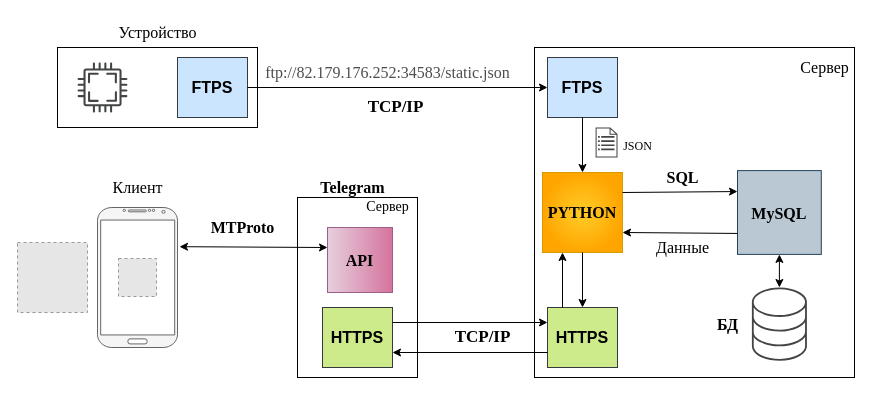
This is Untitled Diagram.drawio from ber09/Track, a draw.io file, before an edit. Source tidied: cells renumbered, new cells numbered last; positions are measured from the earlier drawing's top-left corner, leaving out a move shared by most shapes. Both pictures are drawn from the tidied source at 100%, with x=0, y=0 at pixel (17, 17). Pictures stored in the file or linked from it are replaced by grey dashed boxes.
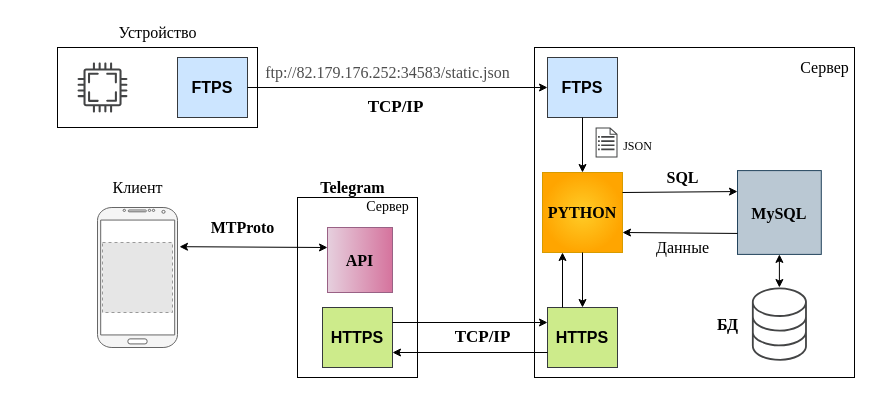
After the change.

Change to the diagram source:
```diff
@@
-    <mxCell id="36" style="fillColor=#E6E6E6;strokeColor=#999999;dashed=1;html=1;verticalAlign=top;verticalLabelPosition=bottom;labelBackgroundColor=#ffffff;fontFamily=Times New Roman;fontSize=16;fontColor=none;" parent="1" vertex="1">
-      <mxGeometry x="101" y="241" width="38" height="38" as="geometry" />
-    </mxCell>
@@
     <mxCell id="38" style="fillColor=#E6E6E6;strokeColor=#999999;dashed=1;html=1;verticalAlign=top;verticalLabelPosition=bottom;labelBackgroundColor=#ffffff;fontFamily=Times New Roman;fontSize=16;fontColor=#3399FF;" parent="1" vertex="1">
-      <mxGeometry y="225" width="70" height="70" as="geometry" />
+      <mxGeometry x="85" y="225" width="70" height="70" as="geometry" />
     </mxCell>
```
